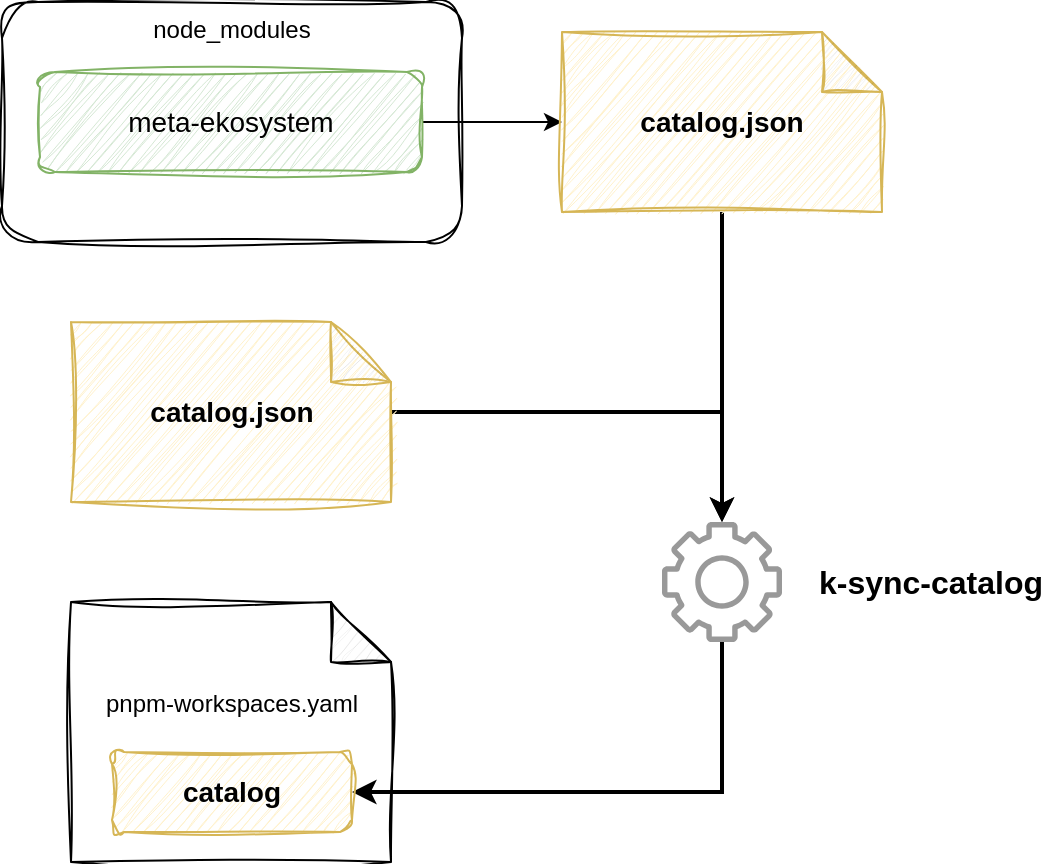
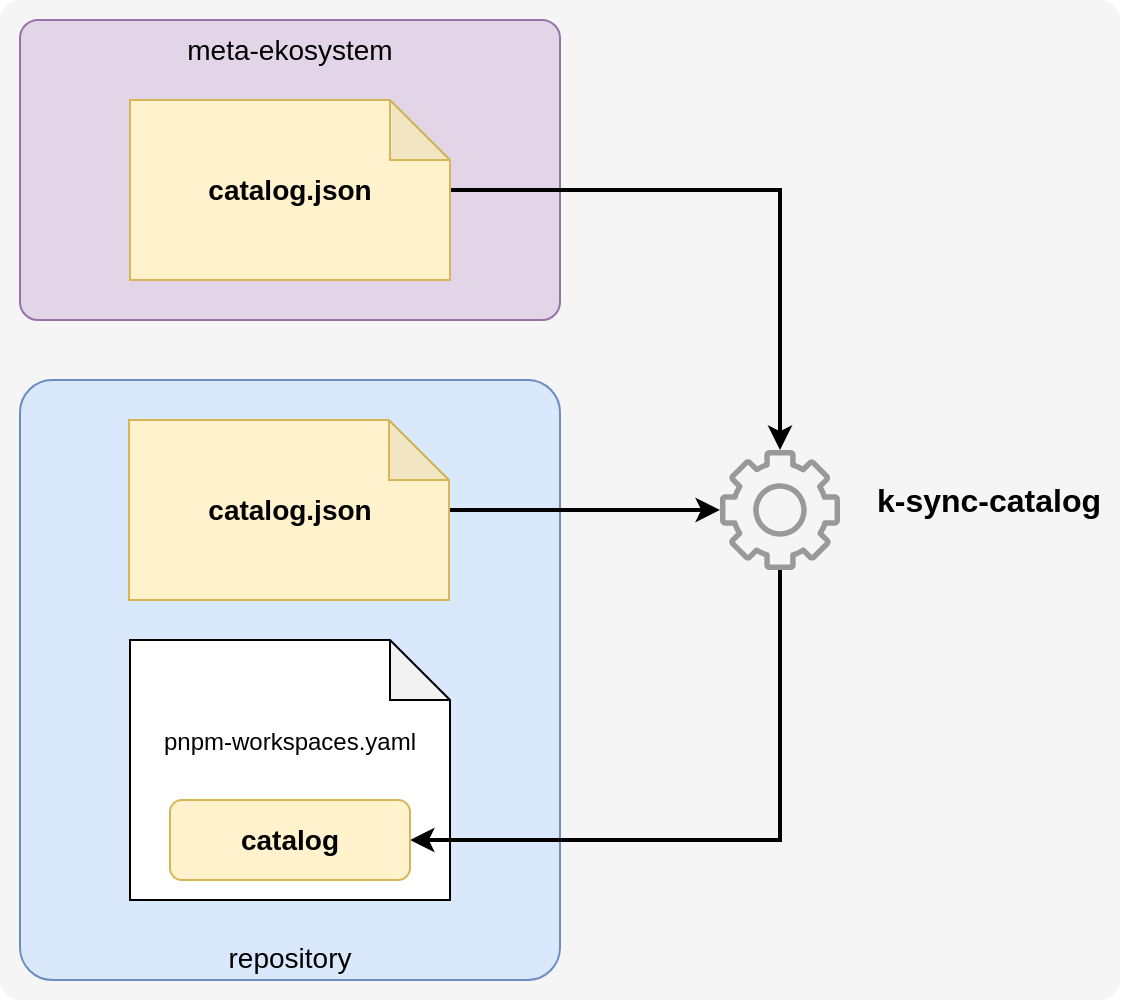
- <mxfile host="Electron" modified="2026-02-13T09:54:48.940Z" agent="Mozilla/5.0 (X11; Linux x86_64) AppleWebKit/537.36 (KHTML, like Gecko) draw.io/24.5.1 Chrome/124.0.6367.207 Electron/30.0.6 Safari/537.36" etag="hEyCI58Ra2JOSz0KhNUy" version="24.5.1" type="device">
+ <mxfile host="Electron" modified="2026-05-11T20:17:53.930Z" agent="Mozilla/5.0 (X11; Linux x86_64) AppleWebKit/537.36 (KHTML, like Gecko) draw.io/24.5.1 Chrome/124.0.6367.207 Electron/30.0.6 Safari/537.36" etag="_QoAdJuIczqGWBiAh2iS" version="24.5.1" type="device">
  <diagram name="k-sync-catalog" id="i_aFOWYQ3Um6PkoZRKz0">
-     <mxGraphModel dx="1154" dy="1163" grid="1" gridSize="10" guides="1" tooltips="1" connect="1" arrows="1" fold="1" page="1" pageScale="1" pageWidth="827" pageHeight="1169" math="0" shadow="0">
+     <mxGraphModel dx="796" dy="802" grid="1" gridSize="10" guides="1" tooltips="1" connect="1" arrows="1" fold="1" page="1" pageScale="1" pageWidth="827" pageHeight="1169" math="0" shadow="0">
      <root>
        <mxCell id="0" />
        <mxCell id="1" parent="0" />
-         <mxCell id="Z8Gvij891H_TbCRMM8Pm-4" value="node_modules" style="rounded=1;whiteSpace=wrap;html=1;verticalAlign=top;sketch=1;curveFitting=1;jiggle=2;" vertex="1" parent="1">
-           <mxGeometry x="140" y="190" width="230" height="120" as="geometry" />
+         <mxCell id="2hVl6h5TncIjEcbD7Wib-5" value="" style="rounded=1;whiteSpace=wrap;html=1;fillColor=#f5f5f5;fontColor=#333333;strokeColor=none;arcSize=2;" vertex="1" parent="1">
+           <mxGeometry x="110" y="140" width="560" height="500" as="geometry" />
        </mxCell>
-         <mxCell id="Z8Gvij891H_TbCRMM8Pm-10" style="edgeStyle=orthogonalEdgeStyle;rounded=0;orthogonalLoop=1;jettySize=auto;html=1;" edge="1" parent="1" source="Z8Gvij891H_TbCRMM8Pm-1" target="Z8Gvij891H_TbCRMM8Pm-9">
+         <mxCell id="2hVl6h5TncIjEcbD7Wib-1" value="&lt;span style=&quot;font-size: 14px;&quot;&gt;repository&lt;/span&gt;" style="rounded=1;whiteSpace=wrap;html=1;fillColor=#dae8fc;strokeColor=#6c8ebf;verticalAlign=bottom;arcSize=6;" vertex="1" parent="1">
+           <mxGeometry x="120" y="330" width="270" height="300" as="geometry" />
+         </mxCell>
+         <mxCell id="Z8Gvij891H_TbCRMM8Pm-1" value="&lt;font style=&quot;font-size: 14px;&quot;&gt;meta-ekosystem&lt;/font&gt;" style="rounded=1;whiteSpace=wrap;html=1;fillColor=#e1d5e7;strokeColor=#9673a6;verticalAlign=top;arcSize=6;" parent="1" vertex="1">
+           <mxGeometry x="120" y="150" width="270" height="150" as="geometry" />
+         </mxCell>
+         <mxCell id="2hVl6h5TncIjEcbD7Wib-3" style="edgeStyle=orthogonalEdgeStyle;rounded=0;orthogonalLoop=1;jettySize=auto;html=1;strokeWidth=2;" edge="1" parent="1" source="Z8Gvij891H_TbCRMM8Pm-6" target="Z8Gvij891H_TbCRMM8Pm-16">
          <mxGeometry relative="1" as="geometry" />
        </mxCell>
-         <mxCell id="Z8Gvij891H_TbCRMM8Pm-1" value="&lt;font style=&quot;font-size: 14px;&quot;&gt;meta-ekosystem&lt;/font&gt;" style="rounded=1;whiteSpace=wrap;html=1;sketch=1;curveFitting=1;jiggle=2;fillColor=#d5e8d4;strokeColor=#82b366;" vertex="1" parent="1">
-           <mxGeometry x="159" y="225" width="191" height="50" as="geometry" />
+         <mxCell id="Z8Gvij891H_TbCRMM8Pm-6" value="&lt;font style=&quot;font-size: 14px;&quot;&gt;&lt;b&gt;catalog.json&lt;/b&gt;&lt;/font&gt;" style="shape=note;whiteSpace=wrap;html=1;backgroundOutline=1;darkOpacity=0.05;fillColor=#fff2cc;strokeColor=#d6b656;" parent="1" vertex="1">
+           <mxGeometry x="174.5" y="350" width="160" height="90" as="geometry" />
        </mxCell>
-         <mxCell id="Z8Gvij891H_TbCRMM8Pm-20" style="edgeStyle=orthogonalEdgeStyle;rounded=0;orthogonalLoop=1;jettySize=auto;html=1;strokeWidth=2;" edge="1" parent="1" source="Z8Gvij891H_TbCRMM8Pm-6" target="Z8Gvij891H_TbCRMM8Pm-16">
+         <mxCell id="Z8Gvij891H_TbCRMM8Pm-8" value="pnpm-workspaces.yaml&lt;div&gt;&lt;br&gt;&lt;/div&gt;&lt;div&gt;&lt;br&gt;&lt;/div&gt;" style="shape=note;whiteSpace=wrap;html=1;backgroundOutline=1;darkOpacity=0.05;" parent="1" vertex="1">
+           <mxGeometry x="175" y="460" width="160" height="130" as="geometry" />
+         </mxCell>
+         <mxCell id="Z8Gvij891H_TbCRMM8Pm-19" style="edgeStyle=orthogonalEdgeStyle;rounded=0;orthogonalLoop=1;jettySize=auto;html=1;strokeWidth=2;" parent="1" source="Z8Gvij891H_TbCRMM8Pm-9" target="Z8Gvij891H_TbCRMM8Pm-16" edge="1">
          <mxGeometry relative="1" as="geometry" />
        </mxCell>
-         <mxCell id="Z8Gvij891H_TbCRMM8Pm-6" value="&lt;font style=&quot;font-size: 14px;&quot;&gt;&lt;b&gt;catalog.json&lt;/b&gt;&lt;/font&gt;" style="shape=note;whiteSpace=wrap;html=1;backgroundOutline=1;darkOpacity=0.05;sketch=1;curveFitting=1;jiggle=2;fillColor=#fff2cc;strokeColor=#d6b656;" vertex="1" parent="1">
-           <mxGeometry x="174.5" y="350" width="160" height="90" as="geometry" />
+         <mxCell id="Z8Gvij891H_TbCRMM8Pm-9" value="&lt;b&gt;&lt;font style=&quot;font-size: 14px;&quot;&gt;catalog.json&lt;/font&gt;&lt;/b&gt;" style="shape=note;whiteSpace=wrap;html=1;backgroundOutline=1;darkOpacity=0.05;fillColor=#fff2cc;strokeColor=#d6b656;" parent="1" vertex="1">
+           <mxGeometry x="175" y="190" width="160" height="90" as="geometry" />
        </mxCell>
-         <mxCell id="Z8Gvij891H_TbCRMM8Pm-8" value="pnpm-workspaces.yaml&lt;div&gt;&lt;br&gt;&lt;/div&gt;&lt;div&gt;&lt;br&gt;&lt;/div&gt;" style="shape=note;whiteSpace=wrap;html=1;backgroundOutline=1;darkOpacity=0.05;sketch=1;curveFitting=1;jiggle=2;" vertex="1" parent="1">
-           <mxGeometry x="174.5" y="490" width="160" height="130" as="geometry" />
-         </mxCell>
-         <mxCell id="Z8Gvij891H_TbCRMM8Pm-19" style="edgeStyle=orthogonalEdgeStyle;rounded=0;orthogonalLoop=1;jettySize=auto;html=1;strokeWidth=2;" edge="1" parent="1" source="Z8Gvij891H_TbCRMM8Pm-9" target="Z8Gvij891H_TbCRMM8Pm-16">
-           <mxGeometry relative="1" as="geometry" />
-         </mxCell>
-         <mxCell id="Z8Gvij891H_TbCRMM8Pm-9" value="&lt;b&gt;&lt;font style=&quot;font-size: 14px;&quot;&gt;catalog.json&lt;/font&gt;&lt;/b&gt;" style="shape=note;whiteSpace=wrap;html=1;backgroundOutline=1;darkOpacity=0.05;sketch=1;curveFitting=1;jiggle=2;fillColor=#fff2cc;strokeColor=#d6b656;" vertex="1" parent="1">
-           <mxGeometry x="420" y="205" width="160" height="90" as="geometry" />
-         </mxCell>
-         <mxCell id="Z8Gvij891H_TbCRMM8Pm-21" style="edgeStyle=orthogonalEdgeStyle;rounded=0;orthogonalLoop=1;jettySize=auto;html=1;entryX=1;entryY=0.5;entryDx=0;entryDy=0;strokeWidth=2;" edge="1" parent="1" source="Z8Gvij891H_TbCRMM8Pm-16" target="Z8Gvij891H_TbCRMM8Pm-17">
+         <mxCell id="Z8Gvij891H_TbCRMM8Pm-21" style="edgeStyle=orthogonalEdgeStyle;rounded=0;orthogonalLoop=1;jettySize=auto;html=1;entryX=1;entryY=0.5;entryDx=0;entryDy=0;strokeWidth=2;" parent="1" source="Z8Gvij891H_TbCRMM8Pm-16" target="Z8Gvij891H_TbCRMM8Pm-17" edge="1">
          <mxGeometry relative="1" as="geometry">
            <Array as="points">
-               <mxPoint x="500" y="585" />
+               <mxPoint x="500" y="560" />
            </Array>
          </mxGeometry>
        </mxCell>
-         <mxCell id="Z8Gvij891H_TbCRMM8Pm-16" value="" style="outlineConnect=0;fontColor=#232F3E;gradientColor=none;fillColor=#999999;strokeColor=none;dashed=0;verticalLabelPosition=bottom;verticalAlign=top;align=center;html=1;fontSize=12;fontStyle=0;aspect=fixed;pointerEvents=1;shape=mxgraph.aws4.gear;shadow=0;" vertex="1" parent="1">
-           <mxGeometry x="470" y="450" width="60" height="60" as="geometry" />
+         <mxCell id="Z8Gvij891H_TbCRMM8Pm-16" value="" style="outlineConnect=0;fontColor=#232F3E;gradientColor=none;fillColor=#999999;strokeColor=none;dashed=0;verticalLabelPosition=bottom;verticalAlign=top;align=center;html=1;fontSize=12;fontStyle=0;aspect=fixed;pointerEvents=1;shape=mxgraph.aws4.gear;shadow=0;" parent="1" vertex="1">
+           <mxGeometry x="470" y="365" width="60" height="60" as="geometry" />
        </mxCell>
-         <mxCell id="Z8Gvij891H_TbCRMM8Pm-17" value="&lt;b&gt;&lt;font style=&quot;font-size: 14px;&quot;&gt;catalog&lt;/font&gt;&lt;/b&gt;" style="rounded=1;whiteSpace=wrap;html=1;sketch=1;curveFitting=1;jiggle=2;fillColor=#fff2cc;strokeColor=#d6b656;" vertex="1" parent="1">
-           <mxGeometry x="195" y="565" width="120" height="40" as="geometry" />
+         <mxCell id="Z8Gvij891H_TbCRMM8Pm-17" value="&lt;b&gt;&lt;font style=&quot;font-size: 14px;&quot;&gt;catalog&lt;/font&gt;&lt;/b&gt;" style="rounded=1;whiteSpace=wrap;html=1;fillColor=#fff2cc;strokeColor=#d6b656;" parent="1" vertex="1">
+           <mxGeometry x="195" y="540" width="120" height="40" as="geometry" />
        </mxCell>
-         <mxCell id="Z8Gvij891H_TbCRMM8Pm-22" value="k-sync-catalog" style="text;html=1;align=center;verticalAlign=middle;whiteSpace=wrap;rounded=0;fontSize=16;fontStyle=1" vertex="1" parent="1">
-           <mxGeometry x="540" y="465" width="129" height="30" as="geometry" />
+         <mxCell id="Z8Gvij891H_TbCRMM8Pm-22" value="k-sync-catalog" style="text;html=1;align=center;verticalAlign=middle;whiteSpace=wrap;rounded=0;fontSize=16;fontStyle=1" parent="1" vertex="1">
+           <mxGeometry x="540" y="380" width="129" height="20" as="geometry" />
        </mxCell>
      </root>
    </mxGraphModel>
  </diagram>
</mxfile>
